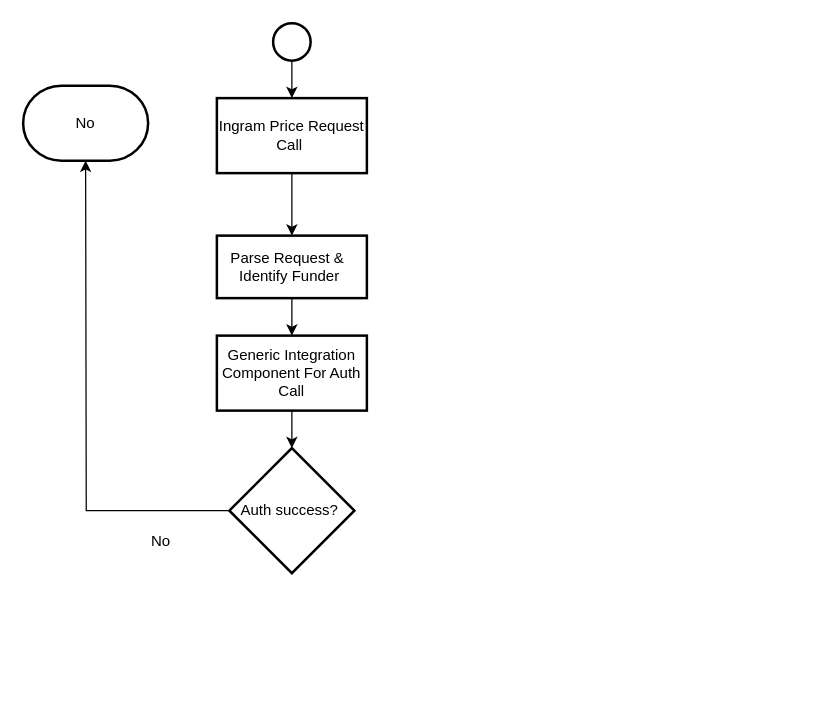
The draw.io diagram Untitled Diagram.drawio in renjithmp/BankSystem, before the edit. Source tidied: cells renumbered, new cells numbered last; positions are measured from the earlier drawing's top-left corner, leaving out a move shared by most shapes. Both pictures are drawn from the tidied source at 125%, with x=0, y=0 at pixel (22, 22).
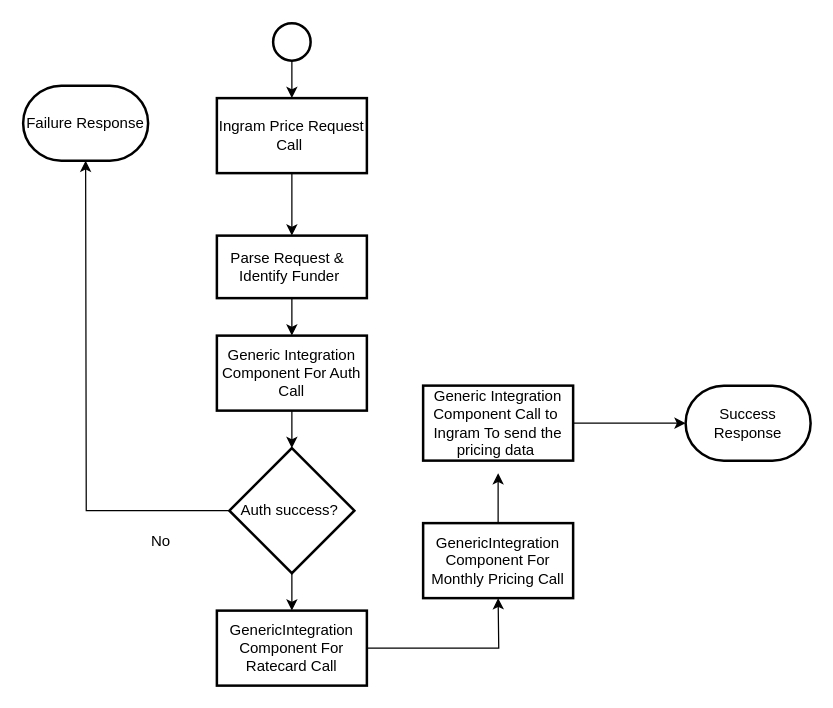
The same page after the edit.

Unchanged cells that the change refers to:
```xml
<mxCell id="11" value="Auth success?&amp;nbsp;" style="strokeWidth=2;html=1;shape=mxgraph.flowchart.decision;whiteSpace=wrap;" parent="1" vertex="1">
  <mxGeometry x="165" y="340" width="100" height="100" as="geometry" />
</mxCell>
```

Diff of the diagram source:
```diff
@@
+    <mxCell id="14" style="edgeStyle=orthogonalEdgeStyle;rounded=0;jettySize=auto;html=1;" parent="1" edge="1" source="11" target="16">
+      <mxGeometry relative="1" as="geometry" />
+    </mxCell>
@@
-    <mxCell id="12" value="No" style="strokeWidth=2;html=1;shape=mxgraph.flowchart.terminator;whiteSpace=wrap;" parent="1" vertex="1">
+    <mxCell id="12" value="Failure Response" style="strokeWidth=2;html=1;shape=mxgraph.flowchart.terminator;whiteSpace=wrap;" parent="1" vertex="1">
       <mxGeometry y="50" width="100" height="60" as="geometry" />
     </mxCell>
@@
+    <mxCell id="15" style="edgeStyle=orthogonalEdgeStyle;rounded=0;jettySize=auto;html=1;" parent="1" edge="1" source="16">
+      <mxGeometry relative="1" as="geometry">
+        <mxPoint x="380" y="460" as="targetPoint" />
+      </mxGeometry>
+    </mxCell>
+    <mxCell id="16" value="GenericIntegration Component For Ratecard Call" style="whiteSpace=wrap;html=1;strokeWidth=2;" parent="1" vertex="1">
+      <mxGeometry x="155" y="470" width="120" height="60" as="geometry" />
+    </mxCell>
+    <mxCell id="17" style="edgeStyle=orthogonalEdgeStyle;rounded=0;jettySize=auto;html=1;" parent="1" edge="1" source="18">
+      <mxGeometry relative="1" as="geometry">
+        <mxPoint x="380" y="360" as="targetPoint" />
+      </mxGeometry>
+    </mxCell>
+    <mxCell id="18" value="GenericIntegration Component For Monthly Pricing Call" style="whiteSpace=wrap;html=1;strokeWidth=2;" parent="1" vertex="1">
+      <mxGeometry x="320" y="400" width="120" height="60" as="geometry" />
+    </mxCell>
+    <mxCell id="19" style="edgeStyle=orthogonalEdgeStyle;rounded=0;jettySize=auto;html=1;entryX=0;entryY=0.5;entryDx=0;entryDy=0;entryPerimeter=0;" parent="1" edge="1" source="20" target="21">
+      <mxGeometry relative="1" as="geometry" />
+    </mxCell>
+    <mxCell id="20" value="Generic Integration Component Call to&amp;nbsp; Ingram To send the pricing data&amp;nbsp;" style="whiteSpace=wrap;html=1;strokeWidth=2;" parent="1" vertex="1">
+      <mxGeometry x="320" y="290" width="120" height="60" as="geometry" />
+    </mxCell>
+    <mxCell id="21" value="Success Response" style="strokeWidth=2;html=1;shape=mxgraph.flowchart.terminator;whiteSpace=wrap;" parent="1" vertex="1">
+      <mxGeometry x="530" y="290" width="100" height="60" as="geometry" />
+    </mxCell>
```
